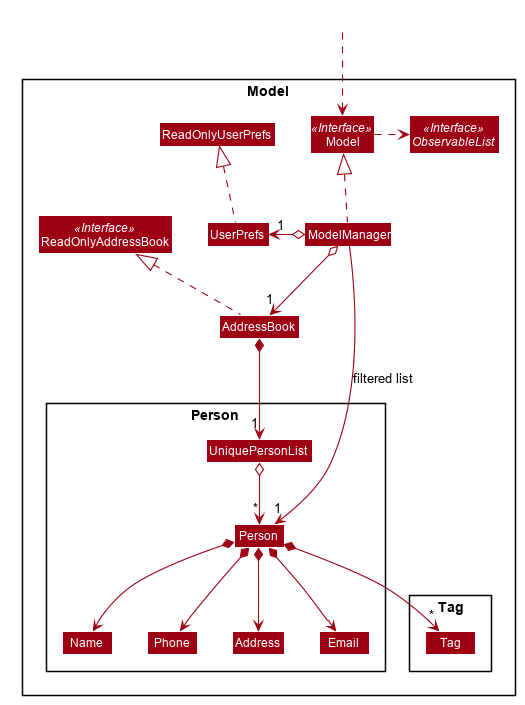
nus-cs2103-AY1920S2/addressbook-level3 keeps this PlantUML diagram as docs/images/ModelClassDiagram.png. Above is the earlier version.
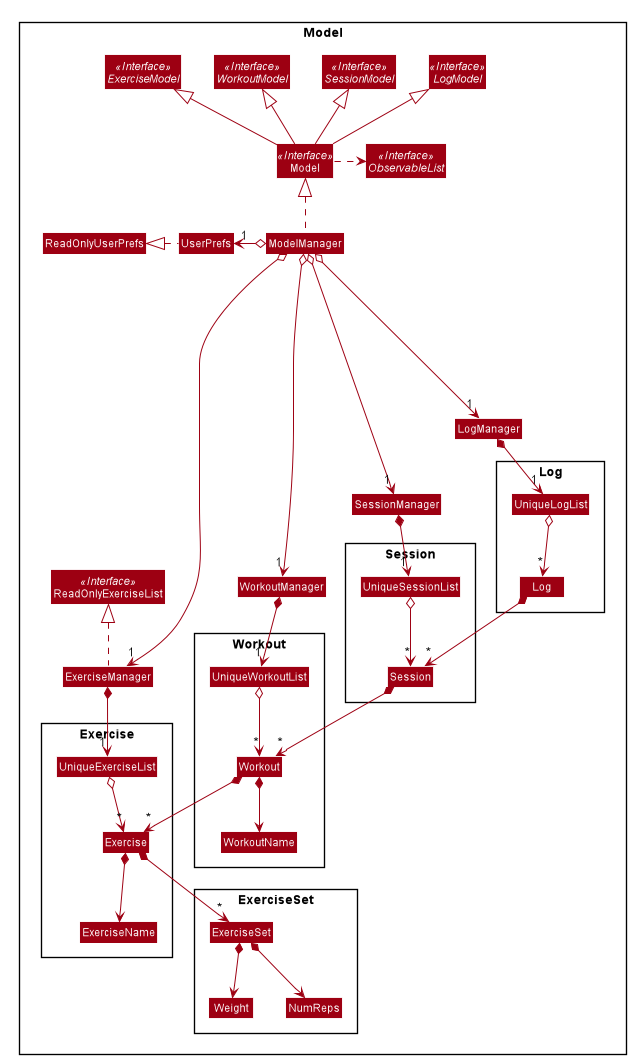
The same file after the commit.

Commit message:
Update new UML diagram png (#80)

The edit, as a diff of the source:
```diff
@@ -52,52 +52,89 @@
 skinparam classBackgroundColor #9D0012
 
 Package Model <<Rectangle>>{
-Interface ReadOnlyAddressBook <<Interface>>
+Interface ReadOnlyExerciseList <<Interface>>
 Interface Model <<Interface>>
+Interface ExerciseModel <<Interface>>
+Interface WorkoutModel <<Interface>>
+Interface SessionModel <<Interface>>
+Interface LogModel <<Interface>>
 Interface ObservableList <<Interface>>
-Class AddressBook
-Class ReadOnlyAddressBook
+Class ExerciseManager
+Class ReadOnlyExerciseList
+Class WorkoutManager
+Class SessionManager
+Class LogManager
 Class Model
 Class ModelManager
 Class UserPrefs
 Class ReadOnlyUserPrefs
 
-Package Person {
-Class Person
-Class Address
-Class Email
-Class Name
-Class Phone
-Class UniquePersonList
+Package Exercise {
+Class Exercise
+Class ExerciseName
+Class UniqueExerciseList
 }
 
-Package Tag {
-Class Tag
+Package ExerciseSet {
+Class ExerciseSet
+Class Weight
+Class NumReps
+}
+
+Package Workout {
+Class Workout
+Class WorkoutName
+Class UniqueWorkoutList
+}
+
+Package Session {
+Class Session
+Class Workout
+Class UniqueSessionList
+}
+
+Package Log {
+Class Log
+Class Session
+Class UniqueLogList
 }
 }
 
-Class HiddenOutside #FFFFFF
-HiddenOutside ..> Model
+ExerciseManager .up.|> ReadOnlyExerciseList
 
-AddressBook .up.|> ReadOnlyAddressBook
+Model -up-|> ExerciseModel
+Model -up-|> WorkoutModel
+Model -up-|> SessionModel
+Model -up-|> LogModel
 
 ModelManager .up.|> Model
 Model .right.> ObservableList
-ModelManager o--> "1" AddressBook
+ModelManager o-down-> "1" ExerciseManager
 ModelManager o-left-> "1" UserPrefs
-UserPrefs .up.|> ReadOnlyUserPrefs
+UserPrefs .left.|> ReadOnlyUserPrefs
 
-AddressBook *--> "1" UniquePersonList
-UniquePersonList o--> "*" Person
-Person *--> Name
-Person *--> Phone
-Person *--> Email
-Person *--> Address
-Person *--> "*" Tag
+ExerciseManager *--> "1" UniqueExerciseList
+UniqueExerciseList o--> "*" Exercise
+Exercise *--> ExerciseName
+Exercise *--> "*" ExerciseSet
 
-Name -[hidden]right-> Phone
-Phone -[hidden]right-> Address
-Address -[hidden]right-> Email
+ExerciseSet *--> Weight
+ExerciseSet *--> NumReps
 
-ModelManager -->"1" Person : filtered list
+ModelManager o--> "1" WorkoutManager
+WorkoutManager *--> "1" UniqueWorkoutList
+UniqueWorkoutList o--> "*" Workout
+Workout *--> WorkoutName
+Workout *--> "*" Exercise
+
+ModelManager o--> "1" SessionManager
+SessionManager *--> "1" UniqueSessionList
+UniqueSessionList o--> "*" Session
+Session *--> "*" Workout
+
+ModelManager o----> "1" LogManager
+LogManager *--> "1" UniqueLogList
+UniqueLogList o--> "*" Log
+Log *--> "*" Session
+
 @enduml
```
